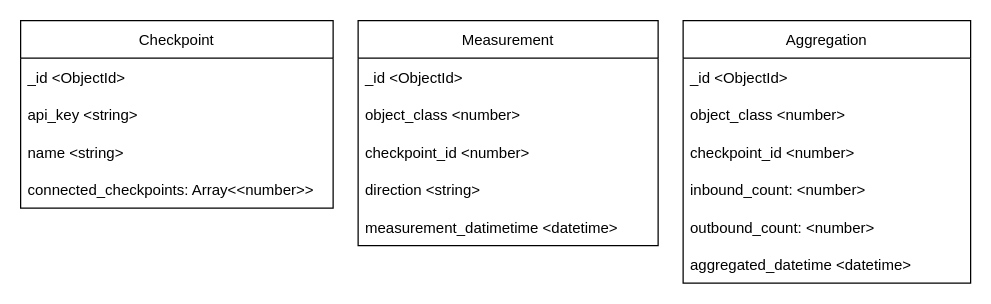
jimmylevell/crowd-overview keeps this draw.io diagram as page "Data Schema" (4 of 7) of Documentation/infrastructure.drawio. Above is the earlier version. Source tidied: cells renumbered, new cells numbered last; positions are measured from the earlier drawing's top-left corner, leaving out a move shared by most shapes. Both pictures are drawn from the tidied source at 125%, with x=0, y=0 at pixel (20, 20).
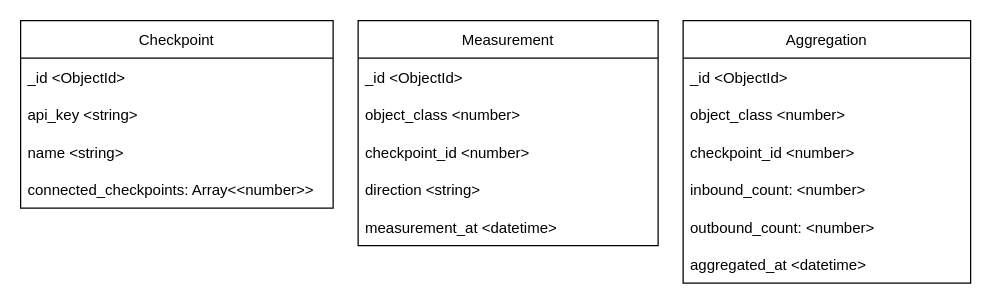
The same page after the edit.

What changed in the source:
```diff
@@
 <mxGraphModel>
   <root>
     <mxCell id="0" />
     <mxCell id="1" parent="0" />
     <mxCell id="2" value="Measurement" style="swimlane;fontStyle=0;horizontal=1;startSize=30;" parent="1" vertex="1">
       <mxGeometry x="270" width="240" height="180" as="geometry" />
     </mxCell>
     <mxCell id="3" value="_id &lt;ObjectId&gt;" style="text;strokeColor=none;fillColor=none;align=left;verticalAlign=middle;spacingLeft=4;spacingRight=4;overflow=hidden;" parent="2" vertex="1">
       <mxGeometry y="30" width="240" height="30" as="geometry" />
     </mxCell>
     <mxCell id="4" value="object_class &lt;number&gt;" style="text;strokeColor=none;fillColor=none;align=left;verticalAlign=middle;spacingLeft=4;spacingRight=4;overflow=hidden;" parent="2" vertex="1">
       <mxGeometry y="60" width="240" height="30" as="geometry" />
     </mxCell>
     <mxCell id="5" value="checkpoint_id &lt;number&gt;" style="text;strokeColor=none;fillColor=none;align=left;verticalAlign=middle;spacingLeft=4;spacingRight=4;overflow=hidden;" parent="2" vertex="1">
       <mxGeometry y="90" width="240" height="30" as="geometry" />
     </mxCell>
     <mxCell id="6" value="direction &lt;string&gt;" style="text;strokeColor=none;fillColor=none;align=left;verticalAlign=middle;spacingLeft=4;spacingRight=4;overflow=hidden;" parent="2" vertex="1">
       <mxGeometry y="120" width="240" height="30" as="geometry" />
     </mxCell>
-    <mxCell id="7" value="measurement_datimetime &lt;datetime&gt;" style="text;strokeColor=none;fillColor=none;align=left;verticalAlign=middle;spacingLeft=4;spacingRight=4;overflow=hidden;" parent="2" vertex="1">
+    <mxCell id="7" value="measurement_at &lt;datetime&gt;" style="text;strokeColor=none;fillColor=none;align=left;verticalAlign=middle;spacingLeft=4;spacingRight=4;overflow=hidden;" parent="2" vertex="1">
       <mxGeometry y="150" width="240" height="30" as="geometry" />
     </mxCell>
     <mxCell id="8" value="Aggregation" style="swimlane;fontStyle=0;horizontal=1;startSize=30;" parent="1" vertex="1">
       <mxGeometry x="530" width="230" height="210" as="geometry" />
     </mxCell>
     <mxCell id="9" value="_id &lt;ObjectId&gt;" style="text;strokeColor=none;fillColor=none;align=left;verticalAlign=middle;spacingLeft=4;spacingRight=4;overflow=hidden;" parent="8" vertex="1">
       <mxGeometry y="30" width="230" height="30" as="geometry" />
     </mxCell>
     <mxCell id="10" value="object_class &lt;number&gt;" style="text;strokeColor=none;fillColor=none;align=left;verticalAlign=middle;spacingLeft=4;spacingRight=4;overflow=hidden;" parent="8" vertex="1">
       <mxGeometry y="60" width="230" height="30" as="geometry" />
     </mxCell>
     <mxCell id="11" value="checkpoint_id &lt;number&gt;" style="text;strokeColor=none;fillColor=none;align=left;verticalAlign=middle;spacingLeft=4;spacingRight=4;overflow=hidden;" parent="8" vertex="1">
       <mxGeometry y="90" width="230" height="30" as="geometry" />
     </mxCell>
     <mxCell id="12" value="inbound_count: &lt;number&gt;" style="text;strokeColor=none;fillColor=none;align=left;verticalAlign=middle;spacingLeft=4;spacingRight=4;overflow=hidden;" parent="8" vertex="1">
       <mxGeometry y="120" width="230" height="30" as="geometry" />
     </mxCell>
     <mxCell id="13" value="outbound_count: &lt;number&gt;" style="text;strokeColor=none;fillColor=none;align=left;verticalAlign=middle;spacingLeft=4;spacingRight=4;overflow=hidden;" parent="8" vertex="1">
       <mxGeometry y="150" width="230" height="30" as="geometry" />
     </mxCell>
-    <mxCell id="14" value="aggregated_datetime &lt;datetime&gt;" style="text;strokeColor=none;fillColor=none;align=left;verticalAlign=middle;spacingLeft=4;spacingRight=4;overflow=hidden;" parent="8" vertex="1">
+    <mxCell id="14" value="aggregated_at &lt;datetime&gt;" style="text;strokeColor=none;fillColor=none;align=left;verticalAlign=middle;spacingLeft=4;spacingRight=4;overflow=hidden;" parent="8" vertex="1">
       <mxGeometry y="180" width="230" height="30" as="geometry" />
     </mxCell>
     <mxCell id="15" value="Checkpoint" style="swimlane;fontStyle=0;horizontal=1;startSize=30;" parent="1" vertex="1">
       <mxGeometry width="250" height="150" as="geometry" />
     </mxCell>
     <mxCell id="16" value="_id &lt;ObjectId&gt;" style="text;strokeColor=none;fillColor=none;align=left;verticalAlign=middle;spacingLeft=4;spacingRight=4;overflow=hidden;" parent="15" vertex="1">
       <mxGeometry y="30" width="250" height="30" as="geometry" />
     </mxCell>
     <mxCell id="17" value="api_key &lt;string&gt;" style="text;strokeColor=none;fillColor=none;align=left;verticalAlign=middle;spacingLeft=4;spacingRight=4;overflow=hidden;" parent="15" vertex="1">
       <mxGeometry y="60" width="250" height="30" as="geometry" />
     </mxCell>
     <mxCell id="18" value="name &lt;string&gt;" style="text;strokeColor=none;fillColor=none;align=left;verticalAlign=middle;spacingLeft=4;spacingRight=4;overflow=hidden;" parent="15" vertex="1">
       <mxGeometry y="90" width="250" height="30" as="geometry" />
     </mxCell>
     <mxCell id="19" value="connected_checkpoints: Array&lt;&lt;number&gt;&gt;" style="text;strokeColor=none;fillColor=none;align=left;verticalAlign=middle;spacingLeft=4;spacingRight=4;overflow=hidden;" parent="15" vertex="1">
       <mxGeometry y="120" width="250" height="30" as="geometry" />
     </mxCell>
   </root>
 </mxGraphModel>
```
